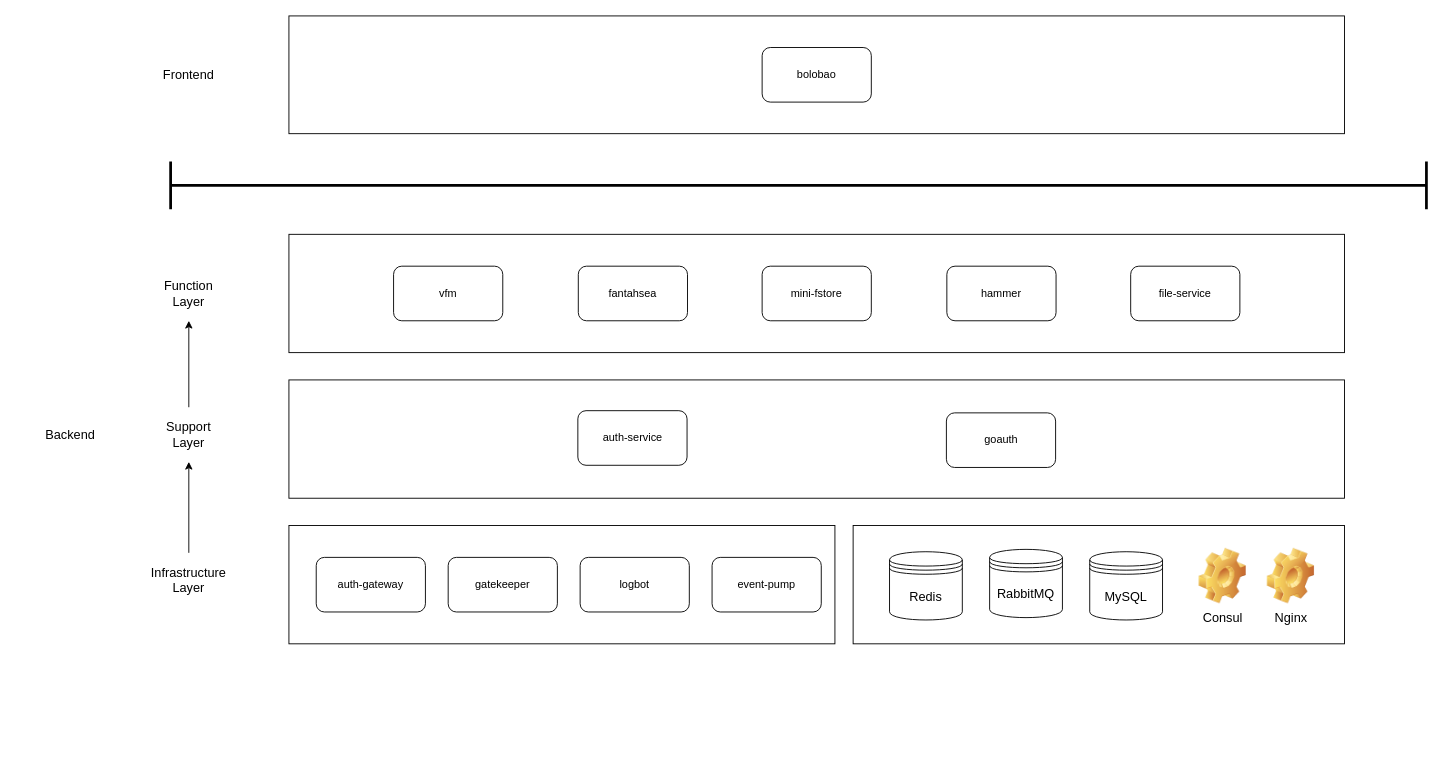
Before: infrastructure.drawio in CurtisNewbie/system-overview, a draw.io diagram. Source tidied: cells renumbered, new cells numbered last; positions are measured from the earlier drawing's top-left corner, leaving out a move shared by most shapes. Both pictures are drawn from the tidied source at 91%, with x=0, y=0 at pixel (15, 15).
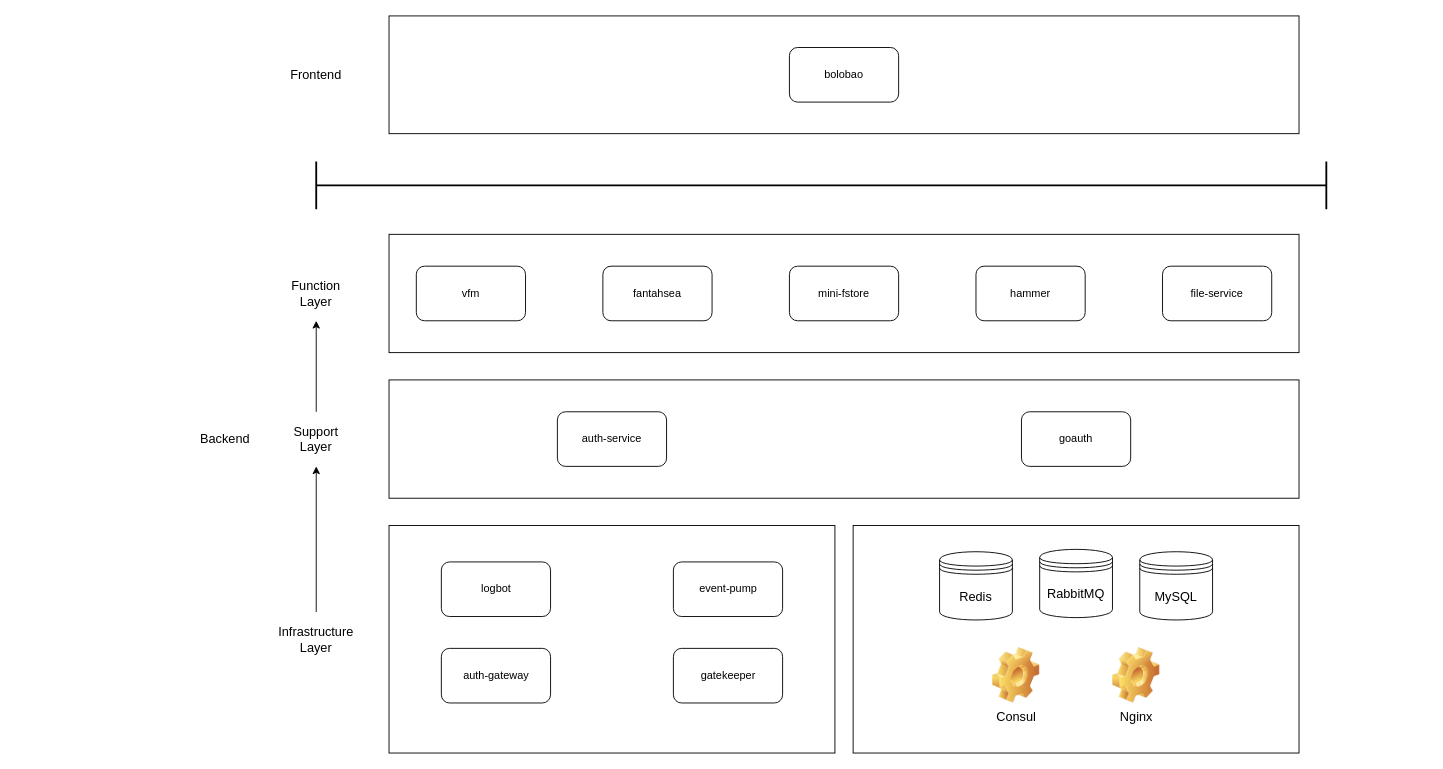
Above is the later version.

Diff of the diagram source:
```diff
@@
     <mxCell id="2" style="rounded=0;whiteSpace=wrap;html=1;fillColor=none;" parent="1" vertex="1">
-      <mxGeometry x="920" y="560" width="540" height="130" as="geometry" />
+      <mxGeometry x="920" y="560" width="490" height="250" as="geometry" />
     </mxCell>
     <mxCell id="3" style="rounded=0;whiteSpace=wrap;html=1;fillColor=none;" parent="1" vertex="1">
-      <mxGeometry x="300" y="560" width="600" height="130" as="geometry" />
+      <mxGeometry x="410" y="560" width="490" height="250" as="geometry" />
     </mxCell>
     <mxCell id="4" value="logbot" style="rounded=1;whiteSpace=wrap;html=1;fillColor=none;" parent="1" vertex="1">
-      <mxGeometry x="620" y="595" width="120" height="60" as="geometry" />
+      <mxGeometry x="467.5" y="600" width="120" height="60" as="geometry" />
     </mxCell>
     <mxCell id="5" value="gatekeeper" style="rounded=1;whiteSpace=wrap;html=1;fillColor=none;" parent="1" vertex="1">
-      <mxGeometry x="475" y="595" width="120" height="60" as="geometry" />
+      <mxGeometry x="722.5" y="695" width="120" height="60" as="geometry" />
     </mxCell>
     <mxCell id="6" value="event-pump" style="rounded=1;whiteSpace=wrap;html=1;fillColor=none;" parent="1" vertex="1">
-      <mxGeometry x="765" y="595" width="120" height="60" as="geometry" />
+      <mxGeometry x="722.5" y="600" width="120" height="60" as="geometry" />
     </mxCell>
@@
     <mxCell id="8" value="Infrastructure&lt;br style=&quot;font-size: 14px;&quot;&gt;Layer" style="text;html=1;strokeColor=none;fillColor=none;align=center;verticalAlign=middle;whiteSpace=wrap;rounded=0;fontSize=14;" parent="1" vertex="1">
-      <mxGeometry x="130" y="590" width="120" height="60" as="geometry" />
+      <mxGeometry x="270" y="655" width="120" height="60" as="geometry" />
     </mxCell>
     <mxCell id="9" style="rounded=0;whiteSpace=wrap;html=1;fillColor=none;" parent="1" vertex="1">
-      <mxGeometry x="300" y="400" width="1160" height="130" as="geometry" />
+      <mxGeometry x="410" y="400" width="1000" height="130" as="geometry" />
     </mxCell>
     <mxCell id="10" value="auth-service" style="rounded=1;whiteSpace=wrap;html=1;fillColor=none;" parent="1" vertex="1">
-      <mxGeometry x="617.5" y="433.8" width="120" height="60" as="geometry" />
+      <mxGeometry x="595" y="435" width="120" height="60" as="geometry" />
     </mxCell>
     <mxCell id="11" value="goauth" style="rounded=1;whiteSpace=wrap;html=1;fillColor=none;" parent="1" vertex="1">
-      <mxGeometry x="1022.5" y="436.2" width="120" height="60" as="geometry" />
+      <mxGeometry x="1105" y="435" width="120" height="60" as="geometry" />
     </mxCell>
@@
     <mxCell id="13" value="Support&lt;br style=&quot;font-size: 14px&quot;&gt;Layer" style="text;html=1;strokeColor=none;fillColor=none;align=center;verticalAlign=middle;whiteSpace=wrap;rounded=0;fontSize=14;" parent="1" vertex="1">
-      <mxGeometry x="130" y="430" width="120" height="60" as="geometry" />
+      <mxGeometry x="270" y="435" width="120" height="60" as="geometry" />
     </mxCell>
     <mxCell id="14" value="Function&lt;br style=&quot;font-size: 14px&quot;&gt;Layer" style="text;html=1;strokeColor=none;fillColor=none;align=center;verticalAlign=middle;whiteSpace=wrap;rounded=0;fontSize=14;" parent="1" vertex="1">
-      <mxGeometry x="130" y="275" width="120" height="60" as="geometry" />
+      <mxGeometry x="270" y="275" width="120" height="60" as="geometry" />
     </mxCell>
     <mxCell id="15" style="rounded=0;whiteSpace=wrap;html=1;fillColor=none;" parent="1" vertex="1">
-      <mxGeometry x="300" y="240" width="1160" height="130" as="geometry" />
+      <mxGeometry x="410" y="240" width="1000" height="130" as="geometry" />
     </mxCell>
     <mxCell id="16" value="vfm" style="rounded=1;whiteSpace=wrap;html=1;fillColor=none;verticalAlign=middle;align=center;" parent="1" vertex="1">
-      <mxGeometry x="415" y="275" width="120" height="60" as="geometry" />
+      <mxGeometry x="440" y="275" width="120" height="60" as="geometry" />
     </mxCell>
     <mxCell id="17" value="fantahsea" style="rounded=1;whiteSpace=wrap;html=1;fillColor=none;verticalAlign=middle;align=center;" parent="1" vertex="1">
-      <mxGeometry x="618" y="275" width="120" height="60" as="geometry" />
+      <mxGeometry x="645" y="275" width="120" height="60" as="geometry" />
     </mxCell>
     <mxCell id="18" value="mini-fstore" style="rounded=1;whiteSpace=wrap;html=1;fillColor=none;verticalAlign=middle;align=center;" parent="1" vertex="1">
-      <mxGeometry x="820" y="275" width="120" height="60" as="geometry" />
+      <mxGeometry x="850" y="275" width="120" height="60" as="geometry" />
     </mxCell>
     <mxCell id="19" value="hammer" style="rounded=1;whiteSpace=wrap;html=1;fillColor=none;verticalAlign=middle;align=center;" parent="1" vertex="1">
-      <mxGeometry x="1023" y="275" width="120" height="60" as="geometry" />
+      <mxGeometry x="1055" y="275" width="120" height="60" as="geometry" />
     </mxCell>
     <mxCell id="20" value="auth-gateway" style="rounded=1;whiteSpace=wrap;html=1;fillColor=none;" parent="1" vertex="1">
-      <mxGeometry x="330" y="595" width="120" height="60" as="geometry" />
+      <mxGeometry x="467.5" y="695" width="120" height="60" as="geometry" />
     </mxCell>
     <mxCell id="21" value="file-service" style="rounded=1;whiteSpace=wrap;html=1;fillColor=none;verticalAlign=middle;align=center;" parent="1" vertex="1">
-      <mxGeometry x="1225" y="275" width="120" height="60" as="geometry" />
+      <mxGeometry x="1260" y="275" width="120" height="60" as="geometry" />
     </mxCell>
     <mxCell id="22" style="rounded=0;whiteSpace=wrap;html=1;fillColor=none;" parent="1" vertex="1">
-      <mxGeometry x="300" width="1160" height="129.4" as="geometry" />
+      <mxGeometry x="410" width="1000" height="129.4" as="geometry" />
     </mxCell>
     <mxCell id="23" value="bolobao" style="rounded=1;whiteSpace=wrap;html=1;fillColor=none;verticalAlign=middle;align=center;" parent="1" vertex="1">
-      <mxGeometry x="820" y="34.7" width="120" height="60" as="geometry" />
+      <mxGeometry x="850" y="34.7" width="120" height="60" as="geometry" />
     </mxCell>
     <mxCell id="24" value="Redis" style="shape=datastore;whiteSpace=wrap;html=1;fontSize=14;fillColor=none;align=center;verticalAlign=middle;" parent="1" vertex="1">
-      <mxGeometry x="960" y="588.8" width="80" height="75" as="geometry" />
+      <mxGeometry x="1015" y="588.8" width="80" height="75" as="geometry" />
     </mxCell>
     <mxCell id="25" value="Nginx" style="shape=image;html=1;verticalLabelPosition=bottom;verticalAlign=top;imageAspect=1;image=img/clipart/Gear_128x128.png;fontSize=14;fillColor=none;" parent="1" vertex="1">
-      <mxGeometry x="1375" y="585" width="52" height="61" as="geometry" />
+      <mxGeometry x="1205" y="694" width="52" height="61" as="geometry" />
     </mxCell>
     <mxCell id="26" value="MySQL" style="shape=datastore;whiteSpace=wrap;html=1;fontSize=14;fillColor=none;align=center;verticalAlign=middle;" parent="1" vertex="1">
-      <mxGeometry x="1180" y="588.8" width="80" height="75" as="geometry" />
+      <mxGeometry x="1235" y="588.8" width="80" height="75" as="geometry" />
     </mxCell>
     <mxCell id="27" value="RabbitMQ" style="shape=datastore;whiteSpace=wrap;html=1;fontSize=14;fillColor=none;align=center;verticalAlign=middle;" parent="1" vertex="1">
-      <mxGeometry x="1070" y="586.2" width="80" height="75" as="geometry" />
+      <mxGeometry x="1125" y="586.2" width="80" height="75" as="geometry" />
     </mxCell>
     <mxCell id="28" value="Consul" style="shape=image;html=1;verticalLabelPosition=bottom;verticalAlign=top;imageAspect=1;image=img/clipart/Gear_128x128.png;fontSize=14;fillColor=none;" parent="1" vertex="1">
-      <mxGeometry x="1300" y="585" width="52" height="61" as="geometry" />
+      <mxGeometry x="1073" y="694" width="52" height="61" as="geometry" />
     </mxCell>
     <mxCell id="29" value="Frontend" style="text;html=1;strokeColor=none;fillColor=none;align=center;verticalAlign=middle;whiteSpace=wrap;rounded=0;fontSize=14;" parent="1" vertex="1">
-      <mxGeometry x="130" y="34.7" width="120" height="60" as="geometry" />
+      <mxGeometry x="270" y="34.7" width="120" height="60" as="geometry" />
     </mxCell>
-    <mxCell id="30" style="shape=crossbar;whiteSpace=wrap;html=1;rounded=1;fontSize=14;fillColor=none;align=center;verticalAlign=middle;strokeWidth=3;" parent="1" vertex="1">
-      <mxGeometry x="170" y="160" width="1380" height="52.4" as="geometry" />
+    <mxCell id="30" style="shape=crossbar;whiteSpace=wrap;html=1;rounded=1;fontSize=14;fillColor=none;align=center;verticalAlign=middle;strokeWidth=2;" parent="1" vertex="1">
+      <mxGeometry x="330" y="160" width="1110" height="52.4" as="geometry" />
     </mxCell>
     <mxCell id="31" value="Backend" style="text;html=1;strokeColor=none;fillColor=none;align=center;verticalAlign=middle;whiteSpace=wrap;rounded=0;fontSize=14;" parent="1" vertex="1">
-      <mxGeometry y="430" width="120" height="60" as="geometry" />
+      <mxGeometry x="170" y="435" width="120" height="60" as="geometry" />
     </mxCell>
```
